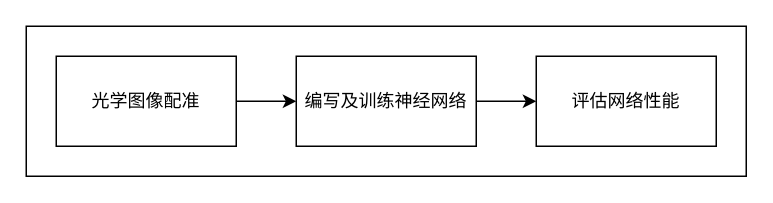
This is flow.dio from ZaneWiegand/Microscope-SR, a draw.io file, before an edit. Source tidied: cells renumbered, new cells numbered last; positions are measured from the earlier drawing's top-left corner, leaving out a move shared by most shapes. Both pictures are drawn from the tidied source at 150%, with x=0, y=0 at pixel (26, 26).
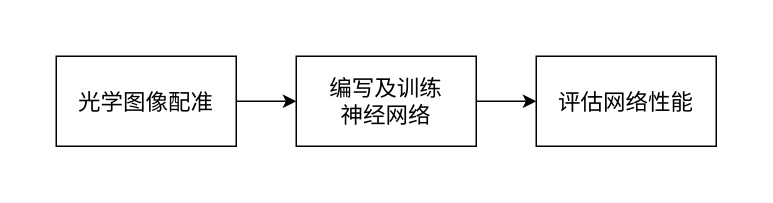
After the change.

The edit, as a diff of the source:
```diff
@@
 <mxGraphModel>
   <root>
     <mxCell id="0" />
     <mxCell id="1" parent="0" />
-    <mxCell id="2" style="rounded=0;whiteSpace=wrap;html=1;fillColor=#FFFFFF;" parent="1" vertex="1">
+    <mxCell id="2" style="rounded=0;whiteSpace=wrap;html=1;fillColor=#FFFFFF;strokeColor=none;" parent="1" vertex="1">
       <mxGeometry width="480" height="100" as="geometry" />
     </mxCell>
     <mxCell id="3" style="edgeStyle=none;html=1;strokeColor=#000000;" parent="1" edge="1" source="4" target="6">
       <mxGeometry relative="1" as="geometry" />
     </mxCell>
-    <mxCell id="4" value="&lt;font color=&quot;#000000&quot;&gt;光学图像配准&lt;/font&gt;" style="rounded=0;whiteSpace=wrap;html=1;fillColor=#FFFFFF;strokeColor=#000000;" parent="1" vertex="1">
+    <mxCell id="4" value="&lt;font color=&quot;#000000&quot; style=&quot;font-size: 15px&quot;&gt;光学图像配准&lt;/font&gt;" style="rounded=0;whiteSpace=wrap;html=1;fillColor=#FFFFFF;strokeColor=#000000;" parent="1" vertex="1">
       <mxGeometry x="20" y="20" width="120" height="60" as="geometry" />
     </mxCell>
     <mxCell id="5" style="edgeStyle=none;html=1;strokeColor=#000000;" parent="1" edge="1" source="6" target="7">
       <mxGeometry relative="1" as="geometry" />
     </mxCell>
-    <mxCell id="6" value="&lt;font color=&quot;#000000&quot;&gt;编写及训练神经网络&lt;/font&gt;" style="rounded=0;whiteSpace=wrap;html=1;fillColor=#FFFFFF;strokeColor=#000000;" parent="1" vertex="1">
+    <mxCell id="6" value="&lt;font color=&quot;#000000&quot; style=&quot;font-size: 15px&quot;&gt;编写及训练&lt;br&gt;神经网络&lt;/font&gt;" style="rounded=0;whiteSpace=wrap;html=1;fillColor=#FFFFFF;strokeColor=#000000;" parent="1" vertex="1">
       <mxGeometry x="180" y="20" width="120" height="60" as="geometry" />
     </mxCell>
-    <mxCell id="7" value="&lt;font color=&quot;#000000&quot;&gt;评估网络性能&lt;/font&gt;" style="rounded=0;whiteSpace=wrap;html=1;fillColor=#FFFFFF;strokeColor=#000000;" parent="1" vertex="1">
+    <mxCell id="7" value="&lt;font color=&quot;#000000&quot; style=&quot;font-size: 15px;&quot;&gt;评估网络性能&lt;/font&gt;" style="rounded=0;whiteSpace=wrap;html=1;fillColor=#FFFFFF;strokeColor=#000000;fontSize=15;" parent="1" vertex="1">
       <mxGeometry x="340" y="20" width="120" height="60" as="geometry" />
     </mxCell>
   </root>
 </mxGraphModel>
```
